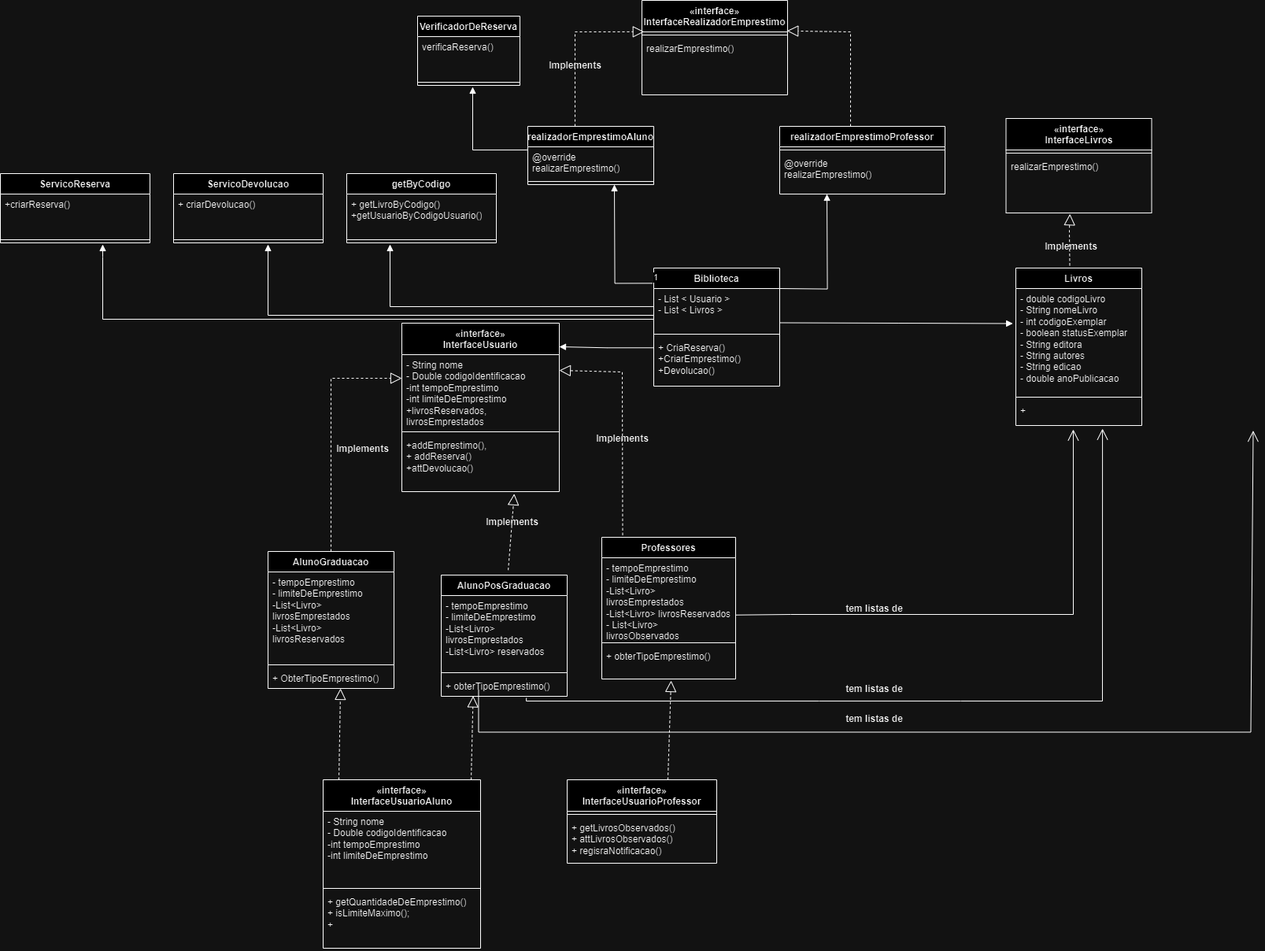
Before: ClassesProjeto/DiagramaClassesTemporario.png, a diagram exported from draw.io (JoseRaimundo27/Trabalho-Final-EngSofware). Source tidied: cells renumbered, new cells last; positions are measured from the earlier drawing's top-left corner, leaving out a move shared by most shapes.
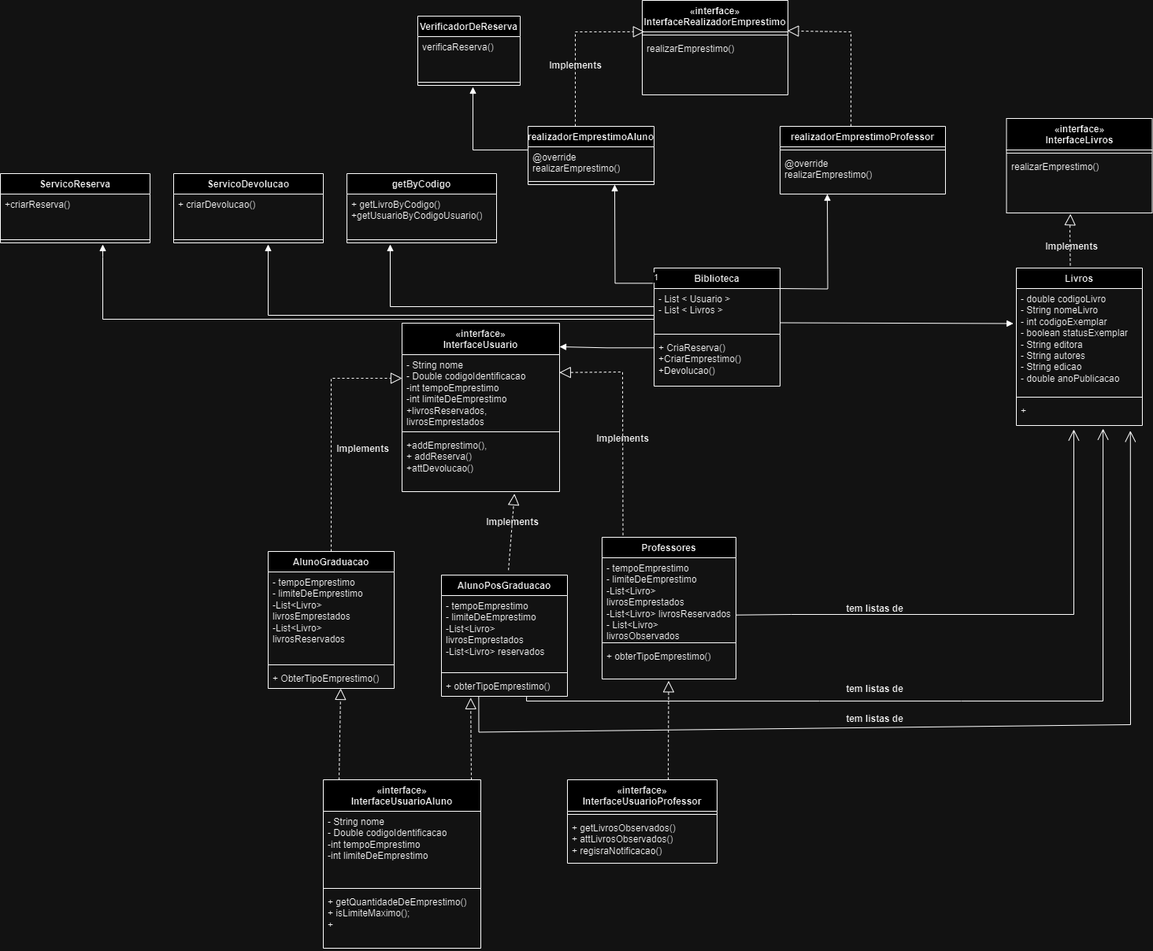
The same file after the commit.

Commit message:
atualizando diagrama temporario

What changed in the source:
```diff
@@ -2,7 +2,7 @@
   <root>
     <mxCell id="0" />
     <mxCell id="1" parent="0" />
-    <mxCell id="2" style="endArrow=open;endFill=1;endSize=12;html=1;rounded=0;exitX=0.676;exitY=1.082;exitDx=0;exitDy=0;exitPerimeter=0;entryX=0.688;entryY=1.125;entryDx=0;entryDy=0;entryPerimeter=0;" parent="1" edge="1" source="16" target="28">
+    <mxCell id="2" style="endArrow=open;endFill=1;endSize=12;html=1;rounded=0;exitX=0.676;exitY=1.03;exitDx=0;exitDy=0;exitPerimeter=0;entryX=0.688;entryY=1.125;entryDx=0;entryDy=0;entryPerimeter=0;" parent="1" edge="1" source="16" target="28">
       <mxGeometry relative="1" as="geometry">
         <Array as="points">
           <mxPoint x="668" y="890" />
@@ -12,13 +12,11 @@
         </Array>
       </mxGeometry>
     </mxCell>
-    <mxCell id="3" style="endArrow=open;endFill=1;endSize=12;html=1;rounded=0;exitX=0.681;exitY=1.082;exitDx=0;exitDy=0;exitPerimeter=0;entryX=0.894;entryY=1.219;entryDx=0;entryDy=0;entryPerimeter=0;" parent="1" edge="1">
+    <mxCell id="3" style="endArrow=open;endFill=1;endSize=12;html=1;rounded=0;exitX=0.296;exitY=1.003;exitDx=0;exitDy=0;exitPerimeter=0;entryX=0.905;entryY=1.21;entryDx=0;entryDy=0;entryPerimeter=0;" parent="1" edge="1" source="16" target="28">
       <mxGeometry relative="1" as="geometry">
-        <mxPoint x="607.4" y="875.6" as="sourcePoint" />
-        <mxPoint x="1591.5" y="546.5" as="targetPoint" />
         <Array as="points">
           <mxPoint x="607.5" y="929.5" />
-          <mxPoint x="1588.5" y="929.5" />
+          <mxPoint x="1435" y="920" />
         </Array>
       </mxGeometry>
     </mxCell>
@@ -139,9 +137,8 @@
     <mxCell id="40" value="Implements" style="text;align=center;fontStyle=1;verticalAlign=middle;spacingLeft=3;spacingRight=3;strokeColor=none;html=1;" parent="1" vertex="1">
       <mxGeometry x="420" y="557" width="80" height="26" as="geometry" />
     </mxCell>
-    <mxCell id="41" style="endArrow=block;dashed=1;endFill=0;endSize=12;html=1;rounded=0;exitX=0.156;exitY=-0.015;exitDx=0;exitDy=0;exitPerimeter=0;" parent="1" edge="1" source="17">
+    <mxCell id="41" style="endArrow=block;dashed=1;endFill=0;endSize=12;html=1;rounded=0;exitX=0.156;exitY=-0.015;exitDx=0;exitDy=0;exitPerimeter=0;entryX=0.999;entryY=0.242;entryDx=0;entryDy=0;entryPerimeter=0;" parent="1" edge="1" source="17" target="5">
       <mxGeometry relative="1" as="geometry">
-        <mxPoint x="710" y="470" as="targetPoint" />
         <Array as="points">
           <mxPoint x="790" y="472" />
         </Array>
@@ -326,13 +323,12 @@
         <mxPoint x="432.1" y="874" as="targetPoint" />
       </mxGeometry>
     </mxCell>
-    <mxCell id="84" style="endArrow=block;dashed=1;endFill=0;endSize=12;html=1;rounded=0;entryX=0.638;entryY=1;entryDx=0;entryDy=0;entryPerimeter=0;" parent="1" edge="1">
+    <mxCell id="84" style="endArrow=block;dashed=1;endFill=0;endSize=12;html=1;rounded=0;entryX=0.232;entryY=1.071;entryDx=0;entryDy=0;entryPerimeter=0;" parent="1" edge="1" target="16">
       <mxGeometry relative="1" as="geometry">
         <mxPoint x="598" y="990" as="sourcePoint" />
-        <mxPoint x="600.6" y="883.5" as="targetPoint" />
       </mxGeometry>
     </mxCell>
-    <mxCell id="85" style="endArrow=block;dashed=1;endFill=0;endSize=12;html=1;rounded=0;exitX=0.532;exitY=-0.041;exitDx=0;exitDy=0;exitPerimeter=0;entryX=0.518;entryY=1.048;entryDx=0;entryDy=0;entryPerimeter=0;" parent="1" edge="1" target="20">
+    <mxCell id="85" style="endArrow=block;dashed=1;endFill=0;endSize=12;html=1;rounded=0;exitX=0.532;exitY=-0.041;exitDx=0;exitDy=0;exitPerimeter=0;entryX=0.497;entryY=1.056;entryDx=0;entryDy=0;entryPerimeter=0;" parent="1" edge="1" target="20">
       <mxGeometry relative="1" as="geometry">
         <mxPoint x="848" y="990" as="sourcePoint" />
       </mxGeometry>
```
